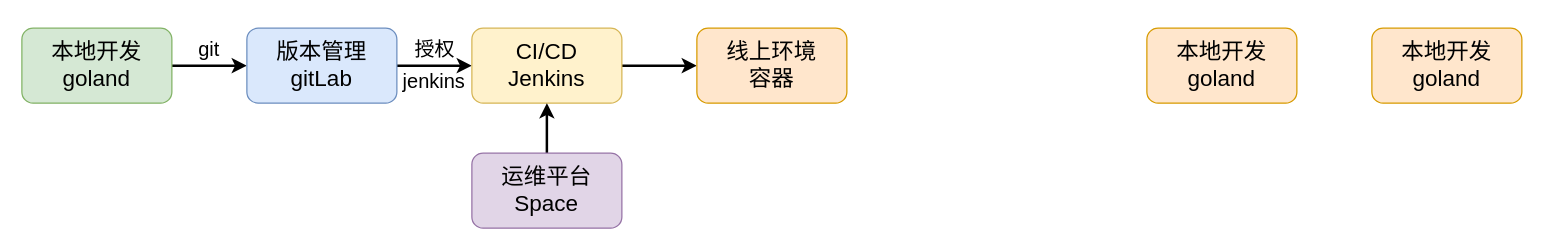
Before: page "DevOps" (10 of 11) of EntryTask.drawio in kimbalhuang/test, a draw.io diagram. Source tidied: cells renumbered, new cells numbered last; positions are measured from the earlier drawing's top-left corner, leaving out a move shared by most shapes. Both pictures are drawn from the tidied source at 125%, with x=0, y=0 at pixel (21, 21).
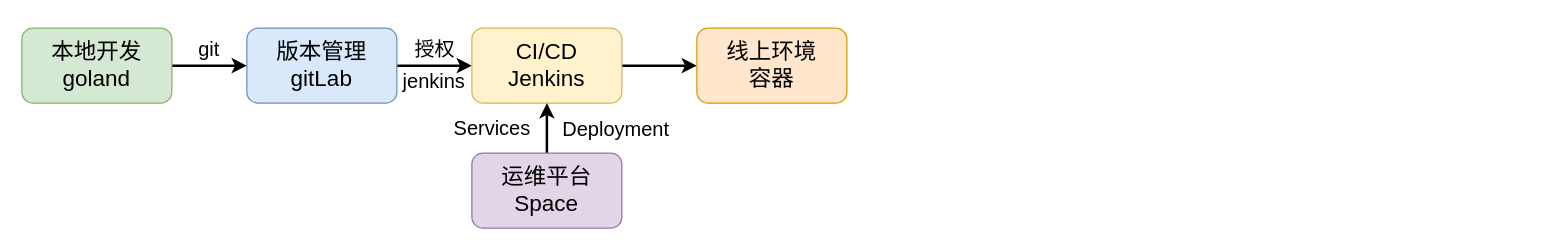
The same diagram, later.

The edit, as a diff of the source:
```diff
@@
 <mxGraphModel>
   <root>
     <mxCell id="0" />
     <mxCell id="1" parent="0" />
     <mxCell id="2" style="edgeStyle=none;rounded=0;sketch=0;jettySize=auto;html=1;entryX=0;entryY=0.5;entryDx=0;entryDy=0;fontSize=20;strokeWidth=2;" parent="1" edge="1" source="3" target="5">
       <mxGeometry relative="1" as="geometry" />
     </mxCell>
     <mxCell id="3" value="本地开发&lt;br&gt;goland" style="rounded=1;whiteSpace=wrap;html=1;fontSize=18;fillColor=#d5e8d4;strokeColor=#82b366;" parent="1" vertex="1">
       <mxGeometry y="5" width="120" height="60" as="geometry" />
     </mxCell>
     <mxCell id="4" style="edgeStyle=none;rounded=0;sketch=0;jettySize=auto;html=1;entryX=0;entryY=0.5;entryDx=0;entryDy=0;fontSize=20;strokeWidth=2;" parent="1" edge="1" source="5" target="7">
       <mxGeometry relative="1" as="geometry" />
     </mxCell>
     <mxCell id="5" value="版本管理&lt;br&gt;gitLab" style="rounded=1;whiteSpace=wrap;html=1;fontSize=18;fillColor=#dae8fc;strokeColor=#6c8ebf;" parent="1" vertex="1">
       <mxGeometry x="180" y="5" width="120" height="60" as="geometry" />
     </mxCell>
     <mxCell id="6" style="edgeStyle=none;rounded=0;sketch=0;jettySize=auto;html=1;entryX=0;entryY=0.5;entryDx=0;entryDy=0;fontFamily=Helvetica;fontSize=16;fontColor=default;strokeWidth=2;" parent="1" edge="1" source="7" target="8">
       <mxGeometry relative="1" as="geometry" />
     </mxCell>
     <mxCell id="7" value="CI/CD&lt;br&gt;Jenkins" style="rounded=1;whiteSpace=wrap;html=1;fontSize=18;fillColor=#fff2cc;strokeColor=#d6b656;" parent="1" vertex="1">
       <mxGeometry x="360" y="5" width="120" height="60" as="geometry" />
     </mxCell>
     <mxCell id="8" value="线上环境&lt;br&gt;容器" style="rounded=1;whiteSpace=wrap;html=1;fontSize=18;fillColor=#ffe6cc;strokeColor=#d79b00;" parent="1" vertex="1">
       <mxGeometry x="540" y="5" width="120" height="60" as="geometry" />
     </mxCell>
     <mxCell id="9" style="edgeStyle=none;rounded=0;sketch=0;jettySize=auto;html=1;fontFamily=Helvetica;fontSize=16;fontColor=default;strokeWidth=2;" parent="1" edge="1" source="10" target="7">
       <mxGeometry relative="1" as="geometry" />
     </mxCell>
     <mxCell id="10" value="运维平台&lt;br&gt;Space" style="rounded=1;whiteSpace=wrap;html=1;fontSize=18;fillColor=#e1d5e7;strokeColor=#9673a6;" parent="1" vertex="1">
       <mxGeometry x="360" y="105" width="120" height="60" as="geometry" />
     </mxCell>
-    <mxCell id="11" value="本地开发&lt;br&gt;goland" style="rounded=1;whiteSpace=wrap;html=1;fontSize=18;fillColor=#ffe6cc;strokeColor=#d79b00;" parent="1" vertex="1">
-      <mxGeometry x="900" y="5" width="120" height="60" as="geometry" />
-    </mxCell>
-    <mxCell id="12" value="本地开发&lt;br&gt;goland" style="rounded=1;whiteSpace=wrap;html=1;fontSize=18;fillColor=#ffe6cc;strokeColor=#d79b00;" parent="1" vertex="1">
-      <mxGeometry x="1080" y="5" width="120" height="60" as="geometry" />
-    </mxCell>
     <mxCell id="13" value="&lt;font style=&quot;font-size: 16px;&quot;&gt;git&lt;/font&gt;" style="text;html=1;strokeColor=none;fillColor=none;align=center;verticalAlign=middle;whiteSpace=wrap;rounded=0;fontSize=20;" parent="1" vertex="1">
       <mxGeometry x="120" y="5" width="60" height="30" as="geometry" />
     </mxCell>
     <mxCell id="14" value="&lt;font style=&quot;font-size: 16px;&quot;&gt;授权&lt;/font&gt;" style="text;html=1;align=center;verticalAlign=middle;strokeColor=none;fillColor=none;fontSize=20;" parent="1" vertex="1">
       <mxGeometry x="300" width="60" height="40" as="geometry" />
     </mxCell>
     <mxCell id="15" value="&lt;font style=&quot;font-size: 16px;&quot;&gt;jenkins&lt;/font&gt;" style="text;html=1;strokeColor=none;fillColor=none;align=center;verticalAlign=middle;whiteSpace=wrap;rounded=0;fontFamily=Helvetica;fontSize=18;fontColor=default;" parent="1" vertex="1">
       <mxGeometry x="300" y="32" width="60" height="30" as="geometry" />
     </mxCell>
+    <mxCell id="16" value="Services" style="text;html=1;align=center;verticalAlign=middle;strokeColor=none;fillColor=none;fontSize=16;fontFamily=Helvetica;fontColor=default;" parent="1" vertex="1">
+      <mxGeometry x="336" y="70" width="80" height="30" as="geometry" />
+    </mxCell>
+    <mxCell id="17" value="Deployment" style="text;html=1;align=center;verticalAlign=middle;strokeColor=none;fillColor=none;fontSize=16;fontFamily=Helvetica;fontColor=default;" parent="1" vertex="1">
+      <mxGeometry x="420" y="71" width="110" height="30" as="geometry" />
+    </mxCell>
   </root>
 </mxGraphModel>
```
